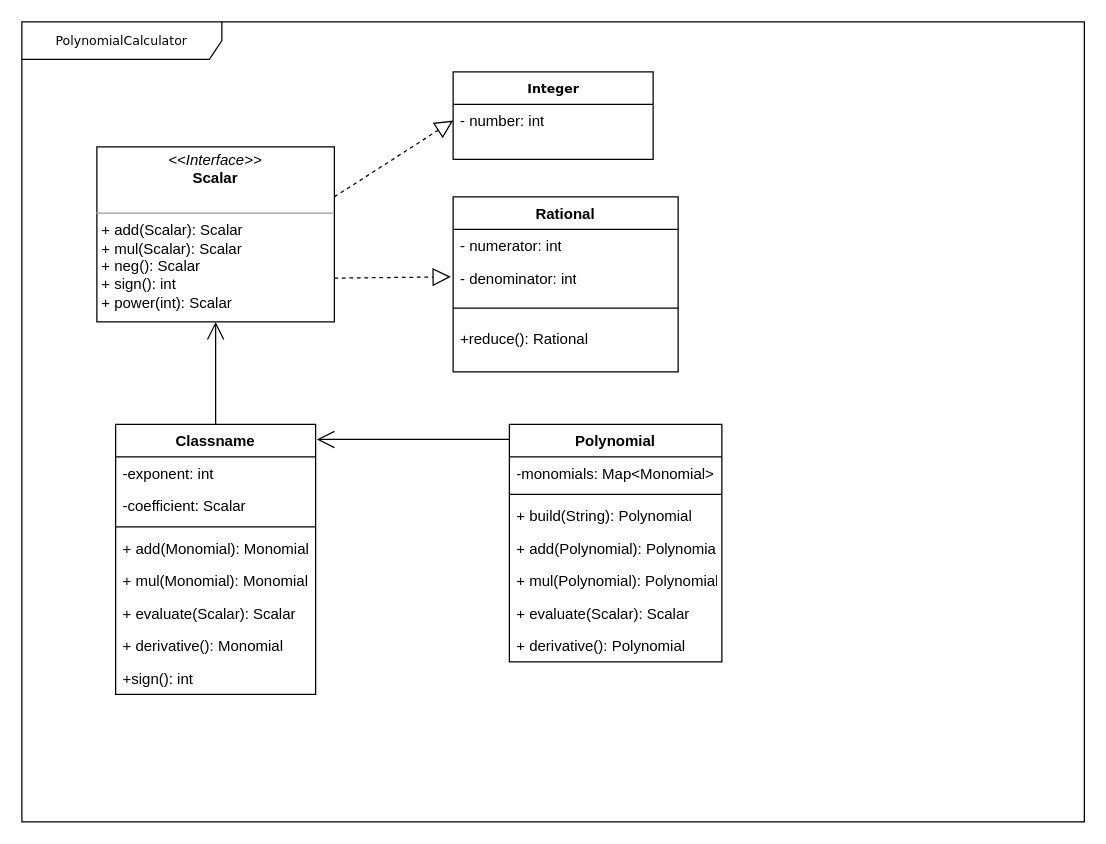
Above: Untitled Diagram.drawio in Daniel-Ayz/PolynomialCalculator (draw.io), before the change. Source tidied: cells renumbered, new cells numbered last; positions are measured from the earlier drawing's top-left corner, leaving out a move shared by most shapes. Both pictures are drawn from the tidied source at 125%, with x=0, y=0 at pixel (21, 21).
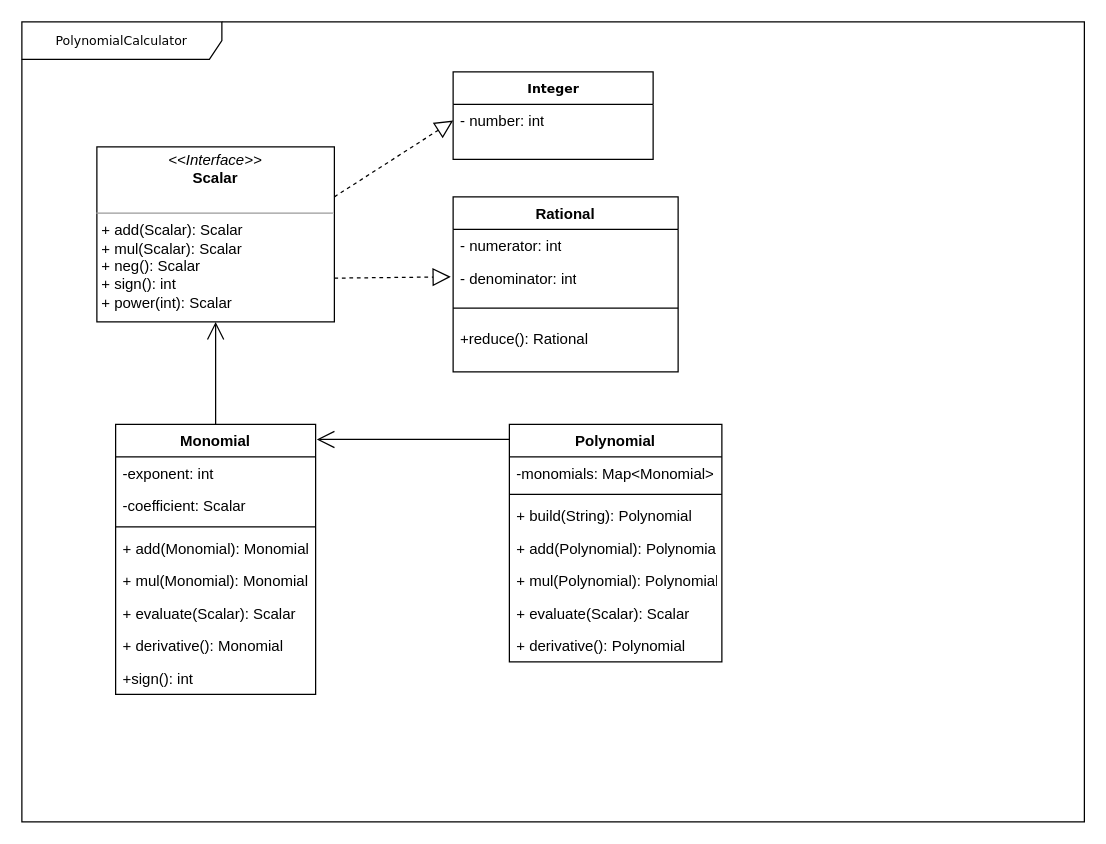
Above is the later version.

Diff of the diagram source:
```diff
@@
-    <mxCell id="13" value="Classname" style="swimlane;fontStyle=1;align=center;verticalAlign=top;horizontal=1;startSize=26;" parent="1" vertex="1">
+    <mxCell id="13" value="Monomial" style="swimlane;fontStyle=1;align=center;verticalAlign=top;horizontal=1;startSize=26;" parent="1" vertex="1">
       <mxGeometry x="75" y="322" width="160" height="216" as="geometry" />
     </mxCell>
```
